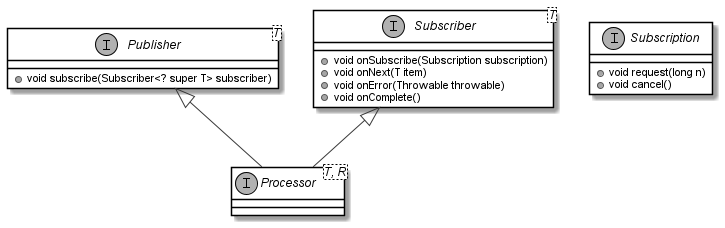
ti-cortex-m4/demo-java-reactive-streams-old keeps this PlantUML diagram as images/diagram2.png. Above is the earlier version. Its diagram source:
```plantuml
@startuml

scale 1.0
set namespaceSeparator none

skinparam monochrome true
skinparam ClassBackgroundColor white
skinparam ClassBorderColor black
skinparam CircledCharacterFontStyle normal

interface Publisher<T> {
+ void subscribe(Subscriber<? super T> subscriber)
}

interface Subscriber<T> {
+ void onSubscribe(Subscription subscription)
+ void onNext(T item)
+ void onError(Throwable throwable)
+ void onComplete()
}

interface Subscription {
+ void request(long n)
+ void cancel()
}

interface Processor<T, R> {
}

Publisher <|-- Processor
Subscriber <|-- Processor

@enduml
```
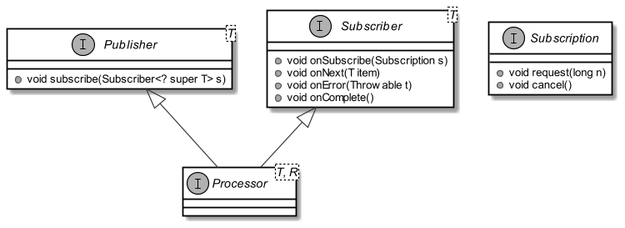
The same diagram one commit later.

The edit, as a diff of the source:
```diff
@@ -1,6 +1,6 @@
 @startuml
 
-scale 1.0
+scale 1.2
 set namespaceSeparator none
 
 skinparam monochrome true
@@ -9,13 +9,13 @@
 skinparam CircledCharacterFontStyle normal
 
 interface Publisher<T> {
-+ void subscribe(Subscriber<? super T> subscriber)
++ void subscribe(Subscriber<? super T> s)
 }
 
 interface Subscriber<T> {
-+ void onSubscribe(Subscription subscription)
++ void onSubscribe(Subscription s)
 + void onNext(T item)
-+ void onError(Throwable throwable)
++ void onError(Throwable t)
 + void onComplete()
 }
 
```
